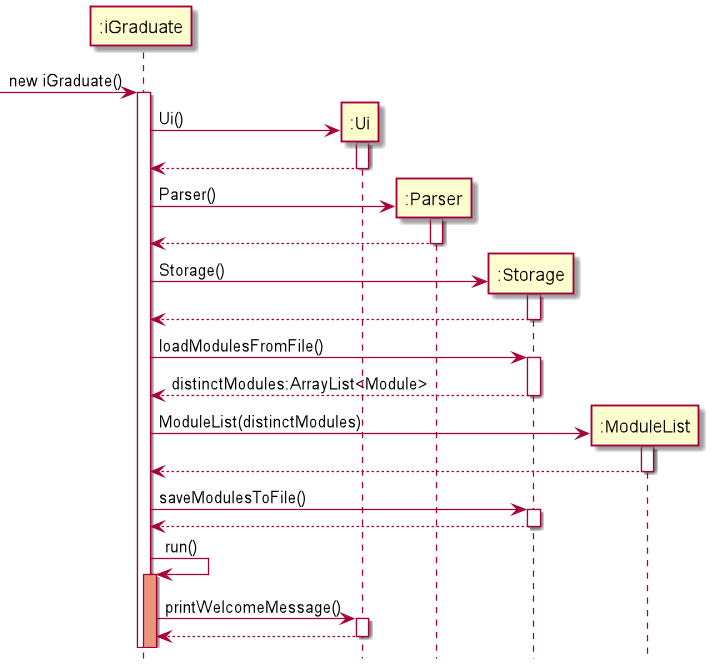
oscarlai1998/tp keeps this PlantUML diagram as docs/images/StartupSequenceDiagram.png. Above is the earlier version. The source it was exported from:
```plantuml
@startuml
hide footbox

Participant ":iGraduate" as iGraduate
Participant ":Ui" as ui
Participant ":Parser" as parser
Participant ":Storage" as storage
Participant ":ModuleList" as moduleList

 -> iGraduate : new iGraduate()
activate iGraduate

create ui
iGraduate -> ui:Ui()
activate ui
return

create parser
iGraduate -> parser:Parser()
activate parser
return

create storage
iGraduate -> storage:Storage()
activate storage
return

iGraduate -> storage:loadModulesFromFile()
activate storage
return distinctModules:ArrayList<Module>

create moduleList
iGraduate -> moduleList: ModuleList(distinctModules)
activate moduleList
return

iGraduate -> storage:saveModulesToFile()
activate storage
return

iGraduate -> iGraduate: run()
activate iGraduate #DarkSalmon

iGraduate -> ui:printWelcomeMessage()
activate ui
return

@enduml
```
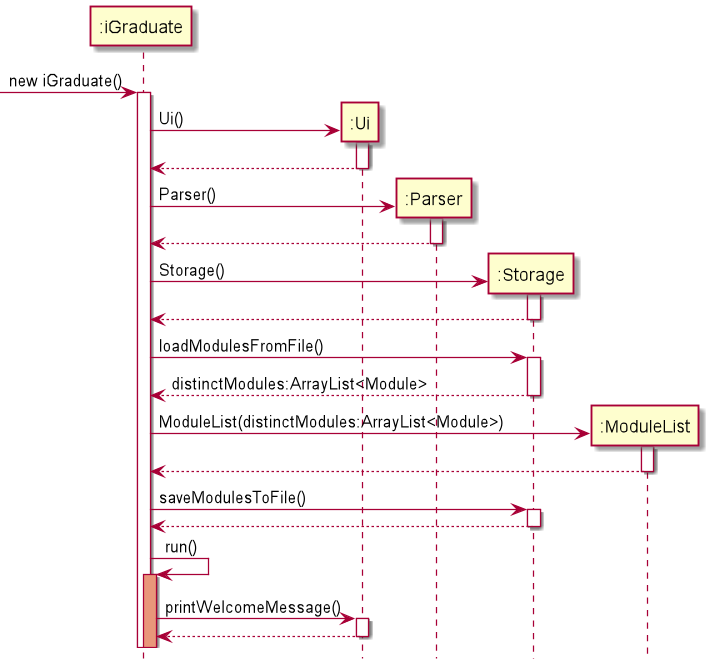
Above is the later version.

What changed in the source:
```diff
@@ -30,7 +30,7 @@
 return distinctModules:ArrayList<Module>
 
 create moduleList
-iGraduate -> moduleList: ModuleList(distinctModules)
+iGraduate -> moduleList: ModuleList(distinctModules:ArrayList<Module>)
 activate moduleList
 return
 
```
